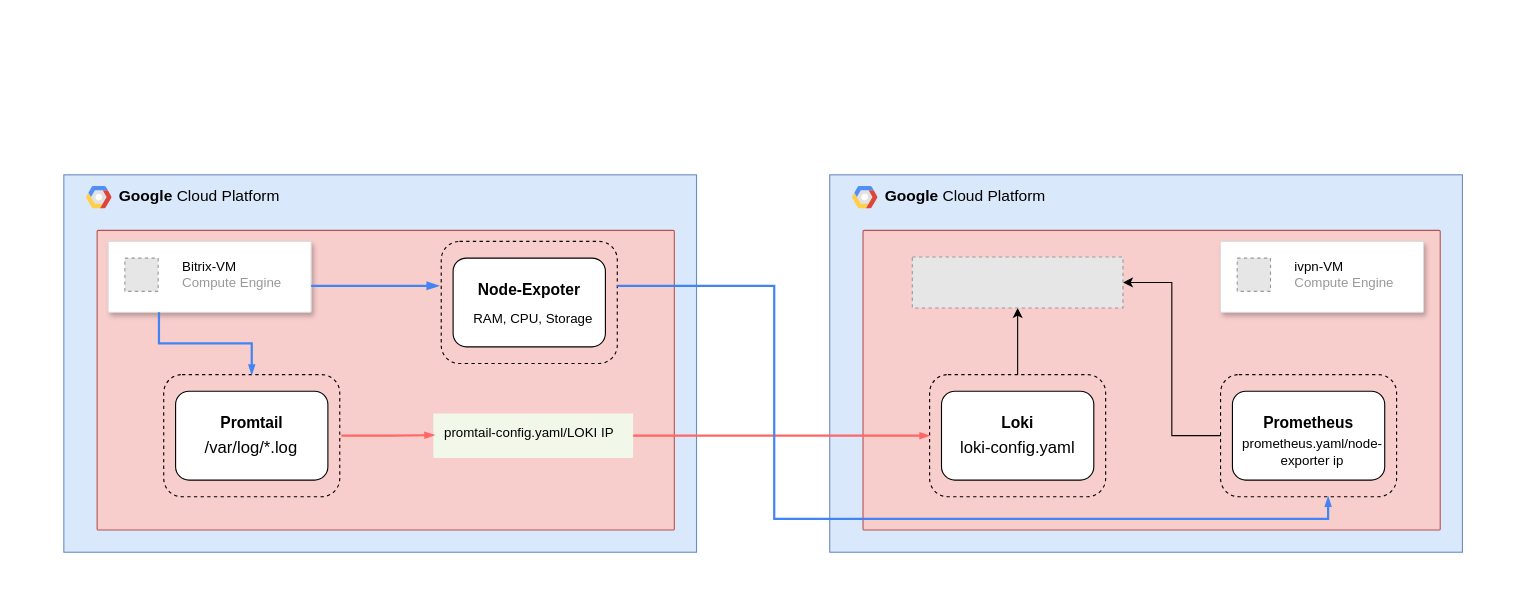
Above: Untitled Diagram.drawio in naveen09111997/nodered-k8s (draw.io), before the change. Source tidied: cells renumbered, new cells numbered last; positions are measured from the earlier drawing's top-left corner, leaving out a move shared by most shapes. Both pictures are drawn from the tidied source at 111%, with x=0, y=0 at pixel (63, 174). Pictures stored in the file or linked from it are replaced by grey dashed boxes.
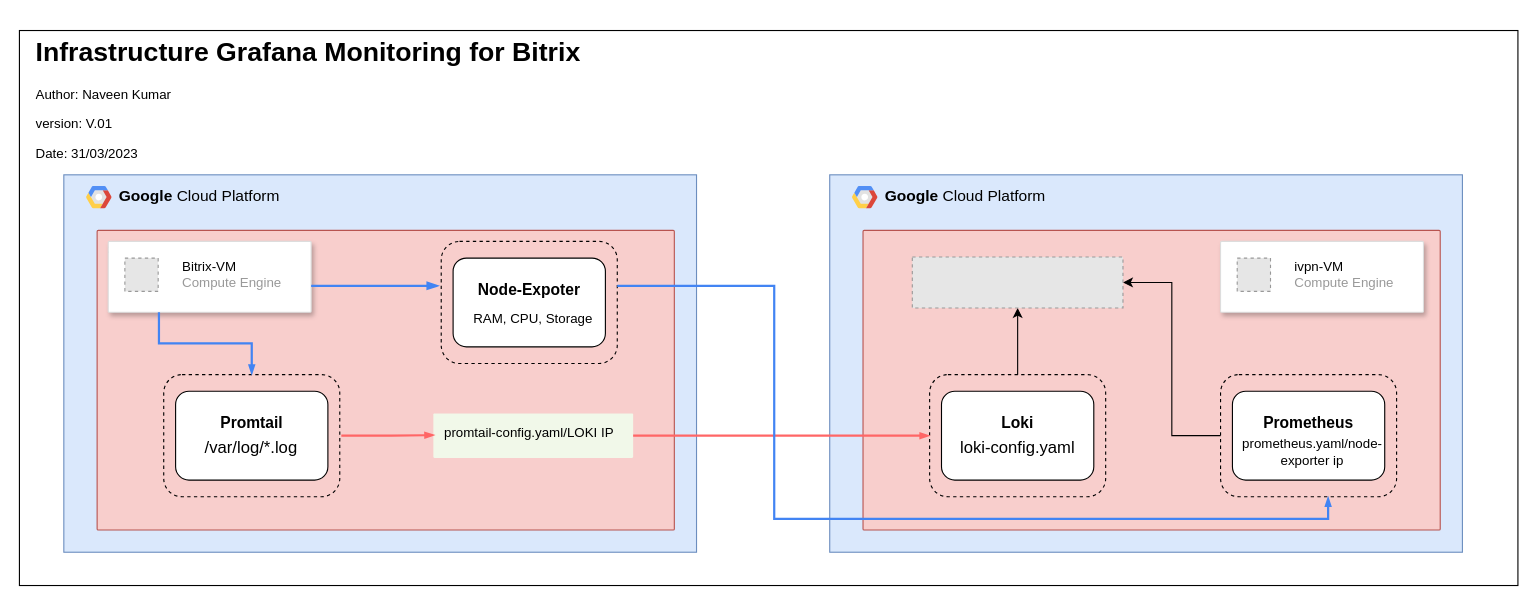
After the change.

Commit message:
bitrix-loki

The edit, as a diff of the source:
```diff
@@
+    <mxCell id="33" style="rounded=0;whiteSpace=wrap;html=1;" parent="1" vertex="1">
+      <mxGeometry x="-40" y="-130" width="1350" height="500" as="geometry" />
+    </mxCell>
@@
+    <mxCell id="34" value="&lt;h1&gt;Infrastructure Grafana Monitoring for Bitrix&lt;/h1&gt;&lt;p&gt;Author: Naveen Kumar&lt;/p&gt;&lt;p&gt;version: V.01&lt;/p&gt;&lt;p&gt;Date: 31/03/2023&lt;/p&gt;" style="text;html=1;strokeColor=none;fillColor=none;spacing=5;spacingTop=-20;whiteSpace=wrap;overflow=hidden;rounded=0;" parent="1" vertex="1">
+      <mxGeometry x="-30" y="-130" width="530" height="120" as="geometry" />
+    </mxCell>
```
